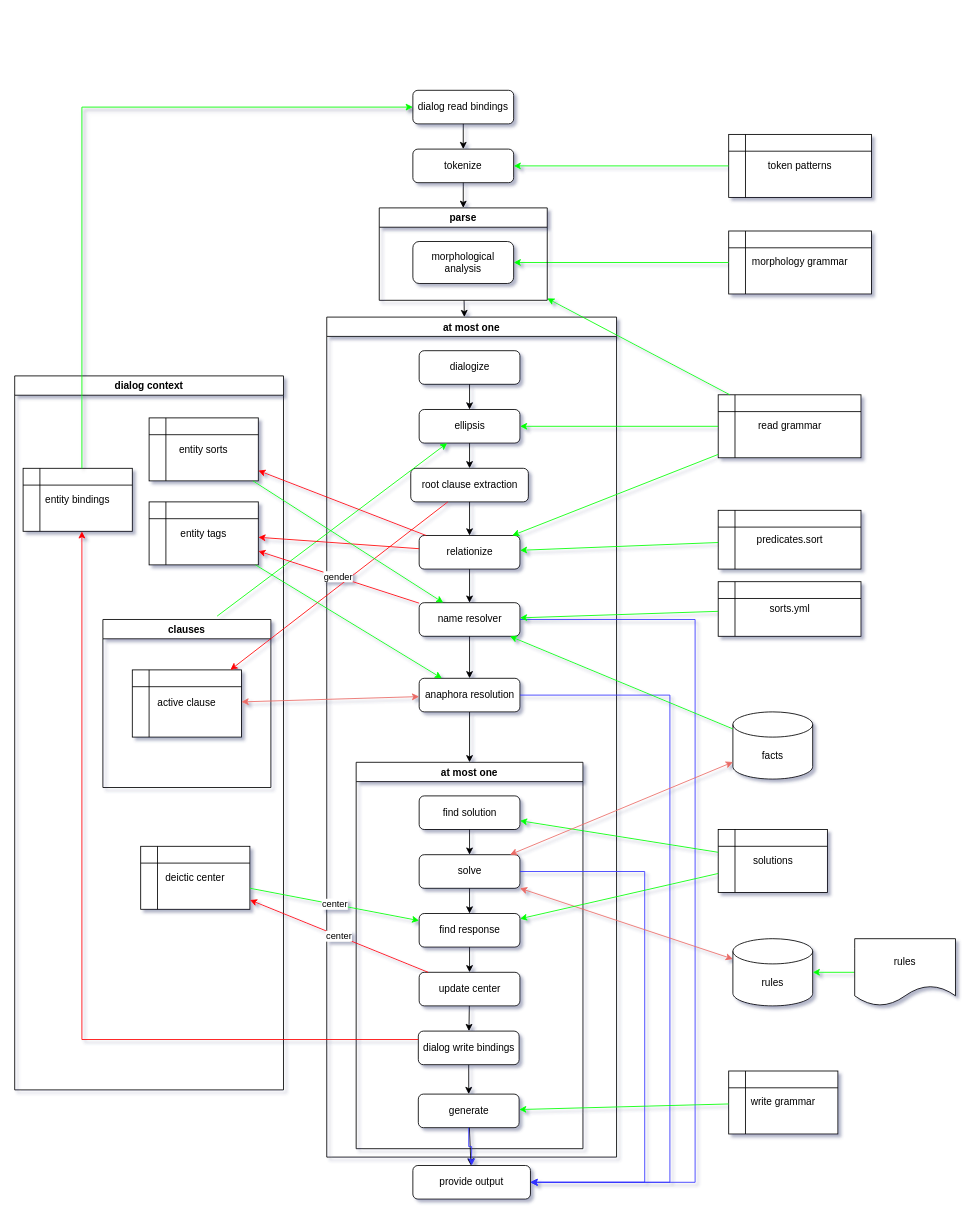
Earlier version of the draw.io diagram doc/diagram/system1.drawio (garfix/nli-go). Source tidied: cells renumbered, new cells numbered last; positions are measured from the earlier drawing's top-left corner, leaving out a move shared by most shapes. Both pictures are drawn from the tidied source at 84%, with x=0, y=0 at pixel (14, 90).
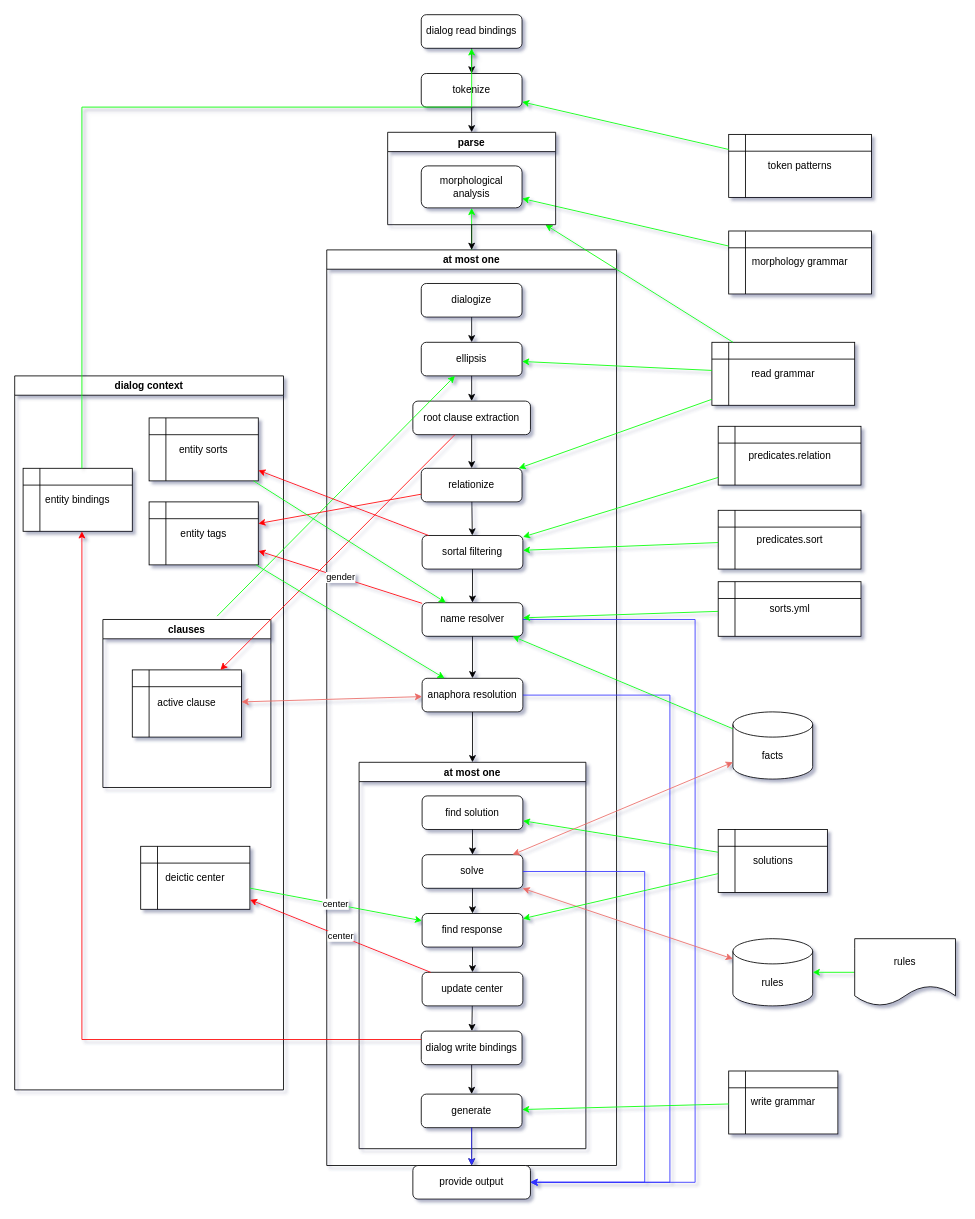
The same diagram, later.

Commit message (it also covers changes not shown here):
extract sortal filtering step

Unchanged cells that the change refers to:
```xml
<mxCell id="47" value="entity sorts" style="shape=internalStorage;whiteSpace=wrap;html=1;backgroundOutline=1;" parent="41" vertex="1">
  <mxGeometry x="160" y="50" width="130" height="75" as="geometry" />
</mxCell>
<mxCell id="71" value="morphological&lt;br&gt;analysis" style="rounded=1;whiteSpace=wrap;html=1;fontSize=12;glass=0;strokeWidth=1;shadow=0;" parent="70" vertex="1">
  <mxGeometry x="40" y="40" width="120" height="50" as="geometry" />
</mxCell>
<mxCell id="76" value="predicates.sort" style="shape=internalStorage;whiteSpace=wrap;html=1;backgroundOutline=1;" parent="1" vertex="1">
  <mxGeometry x="837.5" y="500" width="170" height="70" as="geometry" />
</mxCell>
```

Change to the diagram source:
```diff
@@
     <mxCell id="2" value="tokenize" style="rounded=1;whiteSpace=wrap;html=1;fontSize=12;glass=0;strokeWidth=1;shadow=0;" parent="1" vertex="1">
-      <mxGeometry x="474" y="70" width="120" height="40" as="geometry" />
+      <mxGeometry x="484" y="-20" width="120" height="40" as="geometry" />
     </mxCell>
@@
+    <mxCell id="83" style="edgeStyle=orthogonalEdgeStyle;rounded=0;jettySize=auto;html=1;shadow=1;strokeColor=#00FF00;" parent="1" edge="1" source="4" target="71">
+      <mxGeometry relative="1" as="geometry" />
+    </mxCell>
     <mxCell id="4" value="at most one" style="swimlane;" parent="1" vertex="1">
-      <mxGeometry x="371.5" y="270" width="345" height="1000" as="geometry" />
+      <mxGeometry x="371.5" y="190" width="345" height="1090" as="geometry" />
     </mxCell>
     <mxCell id="5" value="dialogize" style="rounded=1;whiteSpace=wrap;html=1;fontSize=12;glass=0;strokeWidth=1;shadow=0;" parent="4" vertex="1">
-      <mxGeometry x="110" y="40" width="120" height="40" as="geometry" />
+      <mxGeometry x="112.5" y="40" width="120" height="40" as="geometry" />
     </mxCell>
     <mxCell id="6" value="ellipsis" style="rounded=1;whiteSpace=wrap;html=1;fontSize=12;glass=0;strokeWidth=1;shadow=0;" parent="4" vertex="1">
-      <mxGeometry x="110" y="110" width="120" height="40" as="geometry" />
+      <mxGeometry x="112.5" y="110" width="120" height="40" as="geometry" />
     </mxCell>
     <mxCell id="7" value="root clause extraction" style="rounded=1;whiteSpace=wrap;html=1;fontSize=12;glass=0;strokeWidth=1;shadow=0;" parent="4" vertex="1">
-      <mxGeometry x="100" y="180" width="140" height="40" as="geometry" />
+      <mxGeometry x="102.5" y="180" width="140" height="40" as="geometry" />
     </mxCell>
@@
     <mxCell id="10" value="at most one" style="swimlane;" parent="4" vertex="1">
-      <mxGeometry x="35" y="530" width="270" height="460" as="geometry" />
+      <mxGeometry x="38.5" y="610" width="270" height="460" as="geometry" />
     </mxCell>
@@
     <mxCell id="23" value="anaphora resolution" style="rounded=1;whiteSpace=wrap;html=1;" parent="4" vertex="1">
-      <mxGeometry x="110" y="430" width="120" height="40" as="geometry" />
+      <mxGeometry x="113.5" y="510" width="120" height="40" as="geometry" />
     </mxCell>
     <mxCell id="24" value="relationize" style="rounded=1;whiteSpace=wrap;html=1;" parent="4" vertex="1">
-      <mxGeometry x="110" y="260" width="120" height="40" as="geometry" />
+      <mxGeometry x="112.5" y="260" width="120" height="40" as="geometry" />
     </mxCell>
@@
     <mxCell id="26" value="name resolver" style="rounded=1;whiteSpace=wrap;html=1;" parent="4" vertex="1">
-      <mxGeometry x="110" y="340" width="120" height="40" as="geometry" />
+      <mxGeometry x="113.5" y="420" width="120" height="40" as="geometry" />
     </mxCell>
@@
-    <mxCell id="28" style="endArrow=classic;html=1;rounded=0;" parent="4" edge="1" source="24" target="26">
+    <mxCell id="28" style="endArrow=classic;html=1;rounded=0;" parent="4" edge="1" source="84" target="26">
       <mxGeometry relative="1" as="geometry" />
     </mxCell>
+    <mxCell id="84" value="sortal filtering" style="rounded=1;whiteSpace=wrap;html=1;" parent="4" vertex="1">
+      <mxGeometry x="113.5" y="340" width="120" height="40" as="geometry" />
+    </mxCell>
+    <mxCell id="85" style="endArrow=classic;html=1;rounded=0;" parent="4" edge="1" source="24" target="84">
+      <mxGeometry relative="1" as="geometry" />
+    </mxCell>
@@
     <mxCell id="52" value="read grammar" style="shape=internalStorage;whiteSpace=wrap;html=1;backgroundOutline=1;" parent="1" vertex="1">
-      <mxGeometry x="837.5" y="362.5" width="170" height="75" as="geometry" />
+      <mxGeometry x="830" y="300" width="170" height="75" as="geometry" />
     </mxCell>
@@
     <mxCell id="68" value="dialog read bindings" style="rounded=1;whiteSpace=wrap;html=1;fontSize=12;glass=0;strokeWidth=1;shadow=0;" parent="1" vertex="1">
-      <mxGeometry x="474" width="120" height="40" as="geometry" />
+      <mxGeometry x="484" y="-90" width="120" height="40" as="geometry" />
     </mxCell>
@@
     <mxCell id="70" value="parse" style="swimlane;" parent="1" vertex="1">
-      <mxGeometry x="434" y="140" width="200" height="110" as="geometry" />
+      <mxGeometry x="444" y="50" width="200" height="110" as="geometry" />
     </mxCell>
@@
-    <mxCell id="77" style="endArrow=classic;html=1;rounded=0;strokeColor=#00FF00;" parent="1" edge="1" source="76" target="24">
+    <mxCell id="77" style="endArrow=classic;html=1;rounded=0;strokeColor=#00FF00;" parent="1" edge="1" source="76" target="84">
       <mxGeometry relative="1" as="geometry" />
     </mxCell>
@@
-    <mxCell id="81" style="endArrow=classic;html=1;rounded=0;strokeColor=#FF0000;" parent="1" edge="1" source="24" target="47">
+    <mxCell id="81" style="endArrow=classic;html=1;rounded=0;strokeColor=#FF0000;" parent="1" edge="1" source="84" target="47">
       <mxGeometry relative="1" as="geometry" />
     </mxCell>
@@
+    <mxCell id="86" value="predicates.relation" style="shape=internalStorage;whiteSpace=wrap;html=1;backgroundOutline=1;" parent="1" vertex="1">
+      <mxGeometry x="837.5" y="400" width="170" height="70" as="geometry" />
+    </mxCell>
+    <mxCell id="87" style="endArrow=classic;html=1;rounded=0;strokeColor=#00FF00;" parent="1" edge="1" source="86" target="84">
+      <mxGeometry relative="1" as="geometry" />
+    </mxCell>
```
